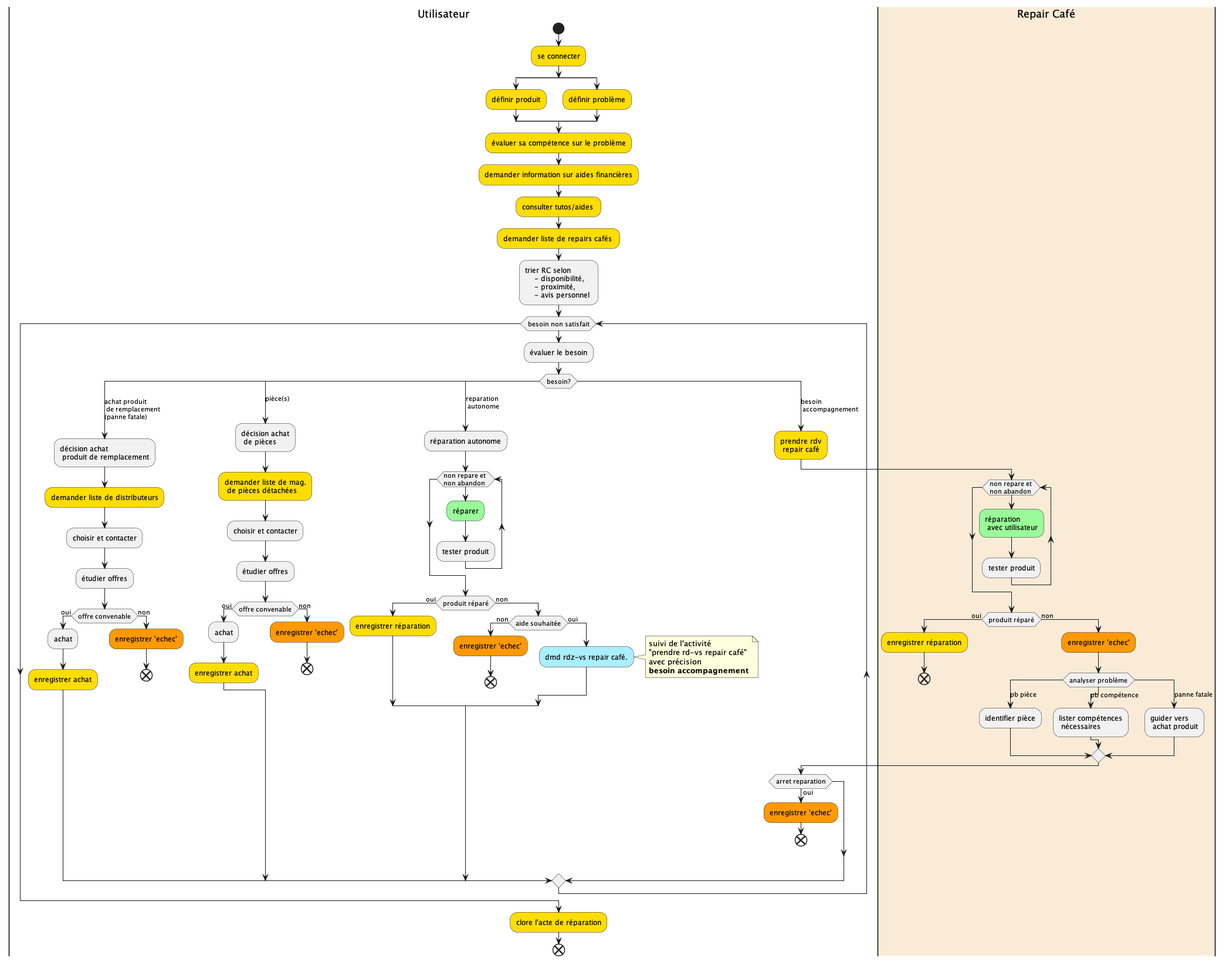
Earlier version of the PlantUML export actititesPanne.png (EmmanuelADAM/Sademaar). Its diagram source:
```plantuml
@startuml actititesPanne
!pragma useVerticalIf on
skinparam ConditionEndStyle hline
|Utilisateur|
start
#FFDD00:se connecter;
split
#FFDD00:définir produit;
split again
#FFDD00:définir problème;
end split
#FFDD00:évaluer sa compétence sur le problème;
#FFDD00:demander information sur aides financières;
#FFDD00:consulter tutos/aides ;
#FFDD00:demander liste de repairs cafés ;
:trier RC selon
    - disponibilité,
    - proximité,
    - avis personnel ;
while(besoin non satisfait)
:évaluer le besoin;
switch (besoin?)
    case (achat produit\n de remplacement\n(panne fatale))
        :décision achat\n produit de remplacement;
        #FFDD00:demander liste de distributeurs;
        :choisir et contacter;
        :étudier offres;
        if (offre convenable) then (oui)
        :achat;
        #FFDD00:enregistrer achat;
        else (non)
        #FF9900:enregistrer 'echec';
        end
        end if
    case (pièce(s))
        :décision achat\n de pièces;
        #FFDD00:demander liste de mag.\n de pièces détachées;
        :choisir et contacter;
        :étudier offres;
        if (offre convenable) then (oui)
            :achat;
            #FFDD00:enregistrer achat;
        else (non)
            #FF9900:enregistrer 'echec';
        end
end if
case (reparation\n autonome)
        :réparation autonome;
        while (non repare et \nnon abandon)
            #palegreen:réparer;
            :tester produit;
        end while
        if (produit réparé) then (oui)
            #FFDD00:enregistrer réparation;
        else (non)
            if (aide souhaitée) then (non)
                #FF9900:enregistrer 'echec';
                end
            else (oui)
                #AAEEFF:dmd rdz-vs repair café.;
                note right
                    suivi de l'activité
                    "prendre rd-vs repair café"
                    avec précision
                    **besoin accompagnement**
                end note
            end if
        end if
    case (besoin\n accompagnement)
            #FFDD00:prendre rdv\n repair café;
|#AntiqueWhite|Repair Café|
while (non repare et \nnon abandon)
#palegreen:réparation\n avec utilisateur;
:tester produit;
end while
if (produit réparé) then (oui)
#FFDD00:enregistrer réparation;
end
else (non)
#FF9900:enregistrer 'echec';
switch (analyser problème)
case (pb pièce)
:identifier pièce;
case (pb compétence)
:lister compétences\n nécessaires;
case (panne fatale)
:guider vers\n achat produit;
endswitch
end if
|Utilisateur|
if (arret reparation) then (oui)
#FF9900:enregistrer 'echec';
end;
end if
endswitch
endwhile
#FFDD00:clore l'acte de réparation;
end

  @enduml
```
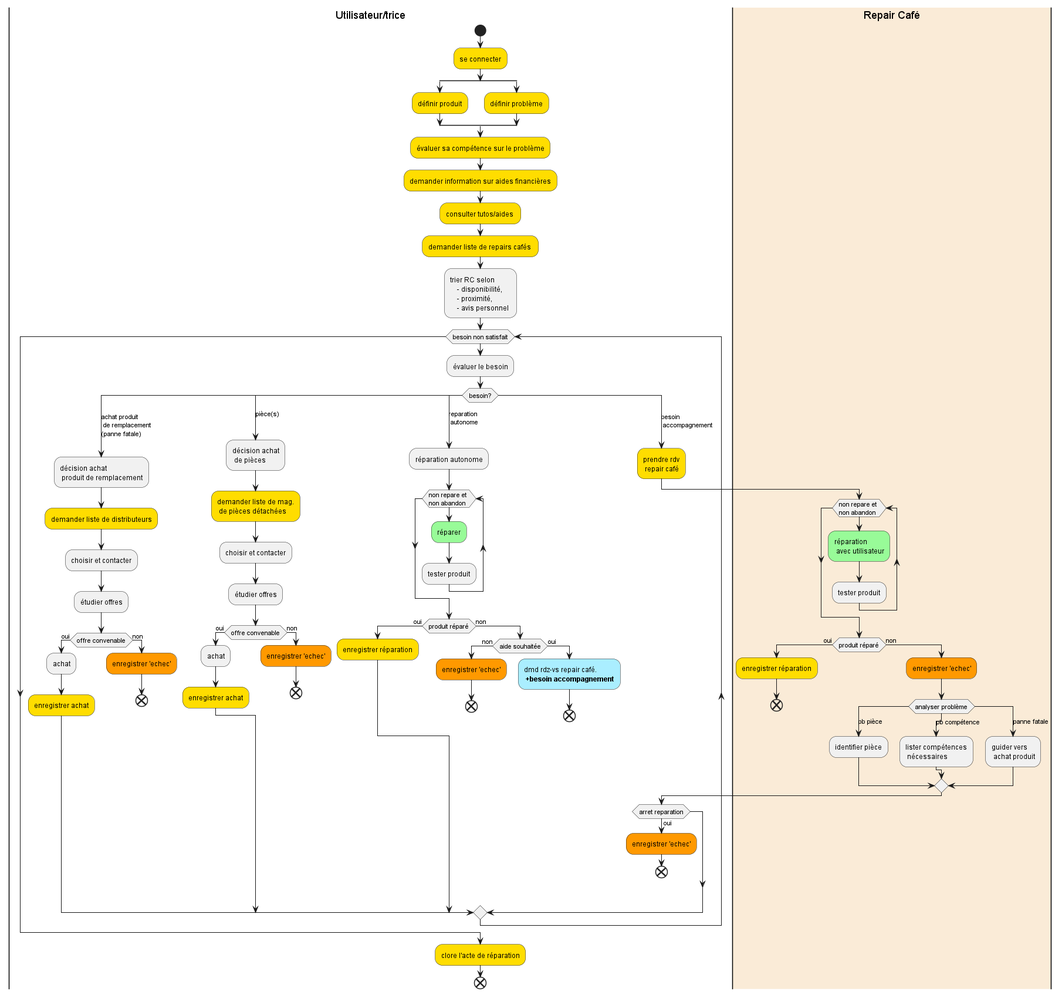
The same diagram one commit later.

The edit, as a diff of the source:
```diff
@@ -1,7 +1,7 @@
 @startuml actititesPanne
 !pragma useVerticalIf on
 skinparam ConditionEndStyle hline
-|Utilisateur|
+|Utilisateur/trice|
 start
 #FFDD00:se connecter;
 split
@@ -57,13 +57,8 @@
                 #FF9900:enregistrer 'echec';
                 end
             else (oui)
-                #AAEEFF:dmd rdz-vs repair café.;
-                note right
-                    suivi de l'activité
-                    "prendre rd-vs repair café"
-                    avec précision
-                    **besoin accompagnement**
-                end note
+                #AAEEFF:dmd rdz-vs repair café.\n **+besoin accompagnement**;
+                end
             end if
         end if
     case (besoin\n accompagnement)
@@ -87,7 +82,7 @@
 :guider vers\n achat produit;
 endswitch
 end if
-|Utilisateur|
+|Utilisateur/trice|
 if (arret reparation) then (oui)
 #FF9900:enregistrer 'echec';
 end;
```
